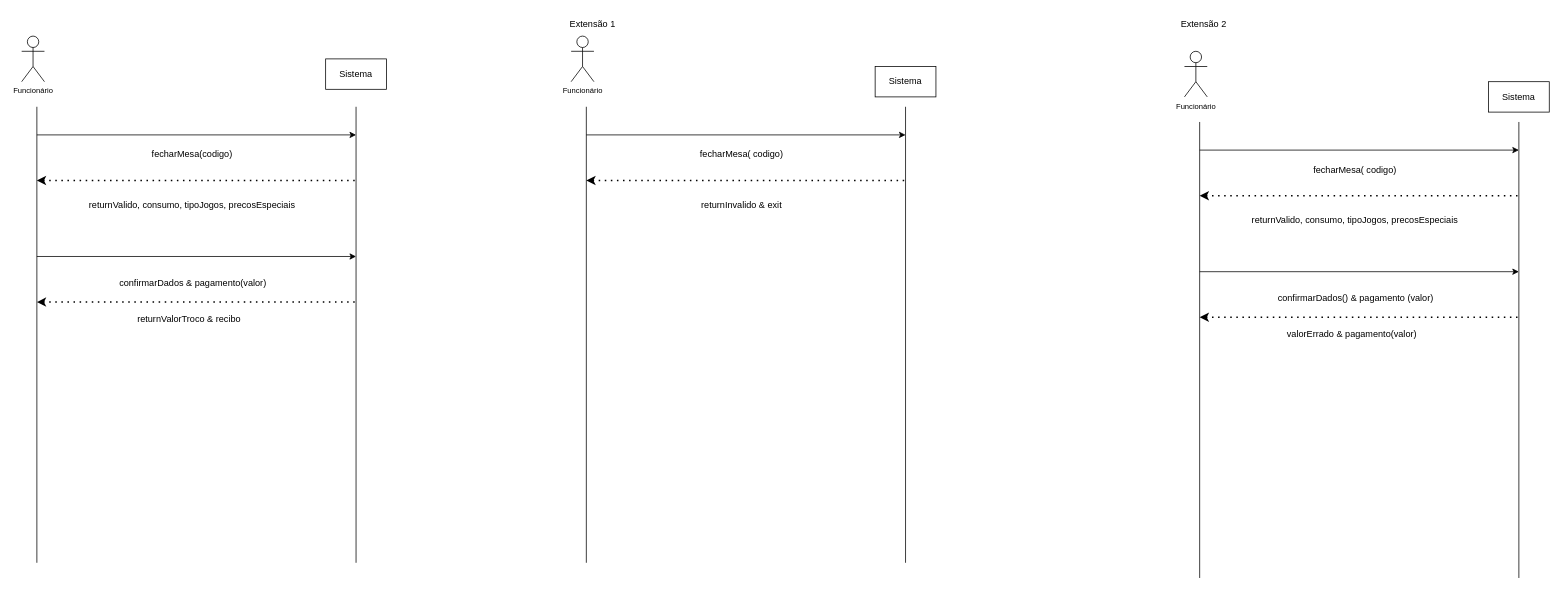
The draw.io diagram ssd9.drawio in luccamarshall/DCO, before the edit. Source tidied: cells renumbered, new cells numbered last; positions are measured from the earlier drawing's top-left corner, leaving out a move shared by most shapes. Both pictures are drawn from the tidied source at 76%, with x=0, y=0 at pixel (21, 13).
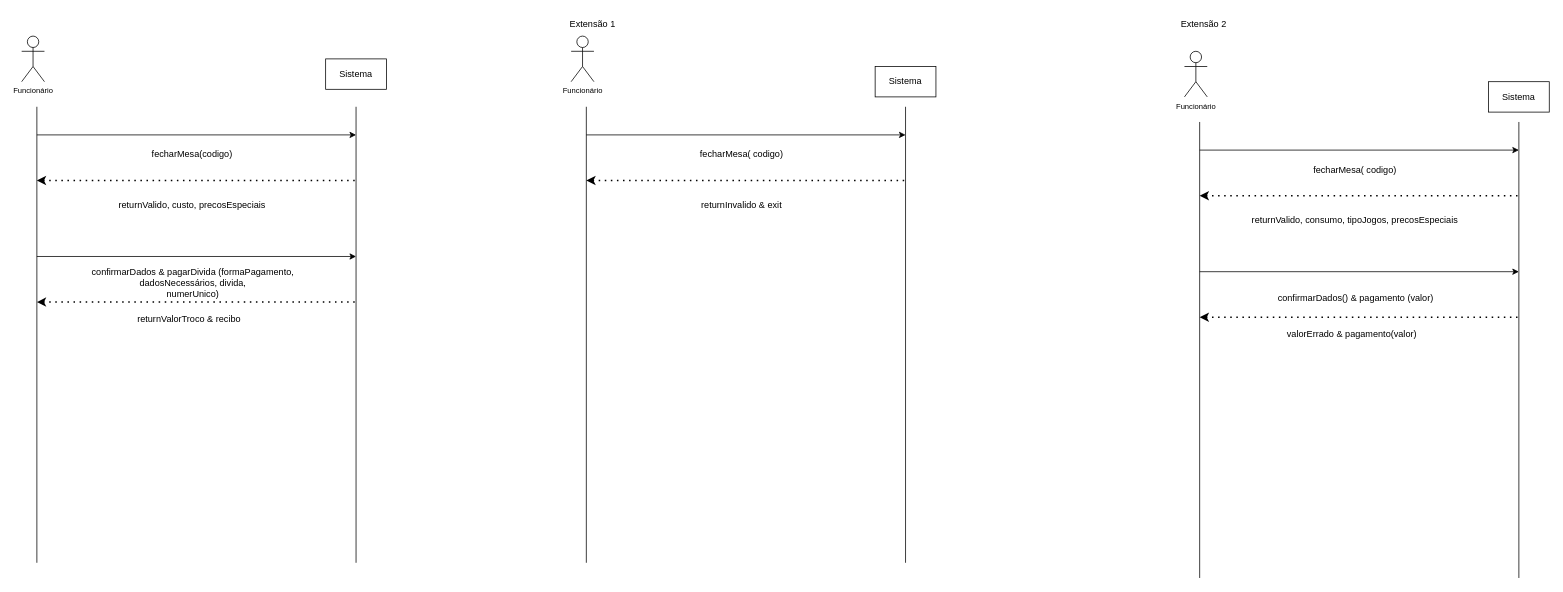
The same diagram, later.

What changed in the source:
```diff
@@
-    <mxCell id="8" value="returnValido, consumo, tipoJogos, precosEspeciais" style="text;html=1;align=center;verticalAlign=middle;strokeColor=none;fillColor=none;" parent="1" vertex="1">
-      <mxGeometry x="79" y="238" width="290" height="30" as="geometry" />
+    <mxCell id="8" value="returnValido, custo, precosEspeciais" style="text;html=1;align=center;verticalAlign=middle;strokeColor=none;fillColor=none;" parent="1" vertex="1">
+      <mxGeometry x="114" y="238" width="220" height="30" as="geometry" />
     </mxCell>
@@
-    <mxCell id="10" value="confirmarDados &amp;amp; pagamento(valor)" style="text;html=1;align=center;verticalAlign=middle;strokeColor=none;fillColor=none;" parent="1" vertex="1">
-      <mxGeometry x="115" y="340" width="220" height="30" as="geometry" />
+    <mxCell id="10" value="confirmarDados &amp;amp;&amp;nbsp;pagarDivida (formaPagamento,&lt;br style=&quot;text-align: left;&quot;&gt;&lt;span style=&quot;text-align: left;&quot;&gt;dadosNecessários, divida,&lt;/span&gt;&lt;br style=&quot;text-align: left;&quot;&gt;&lt;span style=&quot;text-align: left;&quot;&gt;numerUnico)&lt;/span&gt;" style="text;html=1;align=center;verticalAlign=middle;strokeColor=none;fillColor=none;" parent="1" vertex="1">
+      <mxGeometry x="80" y="325" width="290" height="60" as="geometry" />
     </mxCell>
```
